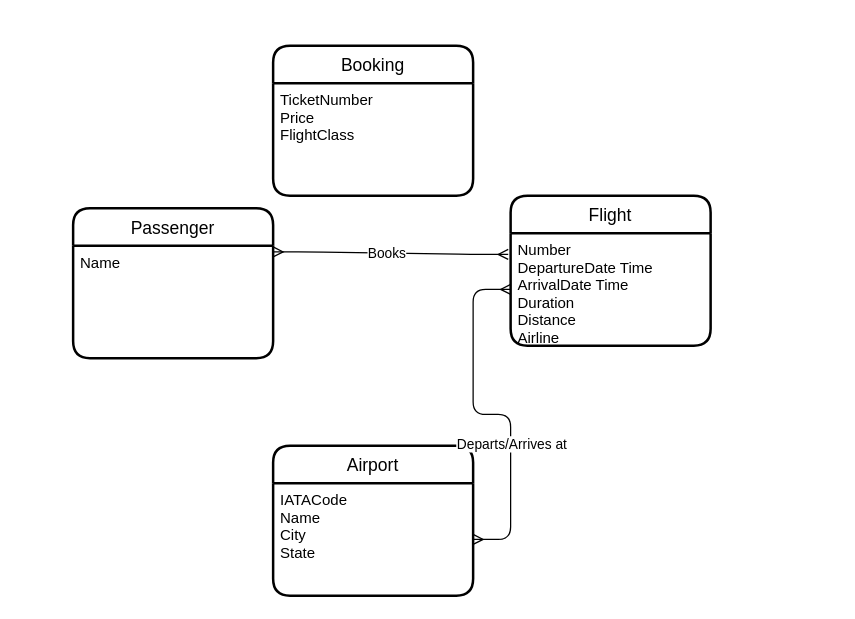
The draw.io diagram page "Page-2" (2 of 2) of Untitled Diagram.drawio in says4yeah/finkont, before the edit. Source tidied: cells renumbered, new cells numbered last; positions are measured from the earlier drawing's top-left corner, leaving out a move shared by most shapes. Both pictures are drawn from the tidied source at 125%, with x=0, y=0 at pixel (72, 45).
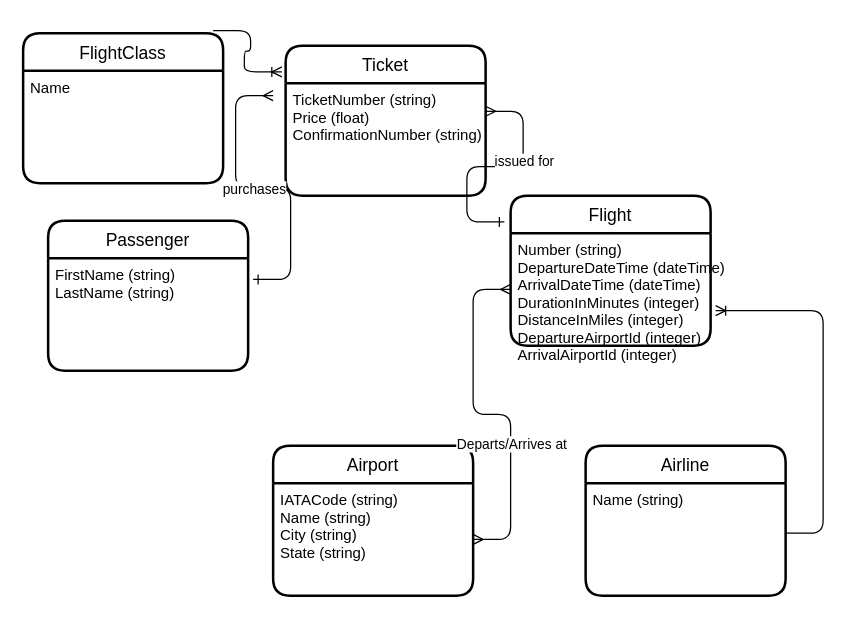
Above is the later version.

The change refers to these unchanged cells:
```xml
<mxCell id="4" value="Flight" style="swimlane;horizontal=1;startSize=30;rounded=1;fontSize=14;fontStyle=0;strokeWidth=2;shadow=0;dashed=0;align=center;" parent="1" vertex="1">
  <mxGeometry x="350" y="120" width="160" height="120" as="geometry" />
</mxCell>
<mxCell id="8" value="Airport" style="swimlane;horizontal=1;startSize=30;rounded=1;fontSize=14;fontStyle=0;strokeWidth=2;shadow=0;dashed=0;align=center;" parent="1" vertex="1">
  <mxGeometry x="160" y="320" width="160" height="120" as="geometry" />
</mxCell>
```

The edit, as a diff of the source:
```diff
@@
     <mxCell id="2" value="Passenger" style="swimlane;horizontal=1;startSize=30;rounded=1;fontSize=14;fontStyle=0;strokeWidth=2;shadow=0;dashed=0;align=center;" parent="1" vertex="1">
-      <mxGeometry y="130" width="160" height="120" as="geometry" />
+      <mxGeometry x="-20" y="140" width="160" height="120" as="geometry" />
     </mxCell>
-    <mxCell id="3" value="Name&#10;" style="align=left;strokeColor=none;fillColor=none;spacingLeft=4;fontSize=12;verticalAlign=top;" parent="2" vertex="1">
+    <mxCell id="3" value="FirstName (string)&#10;LastName (string)" style="align=left;strokeColor=none;fillColor=none;spacingLeft=4;fontSize=12;verticalAlign=top;" parent="2" vertex="1">
       <mxGeometry y="30" width="160" height="90" as="geometry" />
     </mxCell>
@@
-    <mxCell id="5" value="Number&#10;DepartureDate Time&#10;ArrivalDate Time&#10;Duration&#10;Distance&#10;Airline" style="align=left;strokeColor=none;fillColor=none;spacingLeft=4;fontSize=12;verticalAlign=top;" parent="4" vertex="1">
+    <mxCell id="5" value="Number (string)&#10;DepartureDateTime (dateTime)&#10;ArrivalDateTime (dateTime)&#10;DurationInMinutes (integer)&#10;DistanceInMiles (integer)&#10;DepartureAirportId (integer)&#10;ArrivalAirportId (integer)" style="align=left;strokeColor=none;fillColor=none;spacingLeft=4;fontSize=12;verticalAlign=top;" parent="4" vertex="1">
       <mxGeometry y="30" width="160" height="90" as="geometry" />
     </mxCell>
-    <mxCell id="6" style="edgeStyle=entityRelationEdgeStyle;fontSize=12;html=1;endArrow=ERmany;startArrow=ERmany;exitX=1.006;exitY=0.611;exitDx=0;exitDy=0;exitPerimeter=0;entryX=-0.012;entryY=0.189;entryDx=0;entryDy=0;entryPerimeter=0;" parent="1" edge="1" target="5">
-      <mxGeometry relative="1" as="geometry">
-        <mxPoint x="160" y="165" as="sourcePoint" />
-      </mxGeometry>
-    </mxCell>
-    <mxCell id="7" value="Books" style="edgeLabel;html=1;align=center;verticalAlign=middle;" parent="6" vertex="1">
-      <mxGeometry x="-0.03" relative="1" as="geometry" />
-    </mxCell>
@@
-    <mxCell id="9" value="IATACode&#10;Name&#10;City&#10;State&#10;" style="align=left;strokeColor=none;fillColor=none;spacingLeft=4;fontSize=12;verticalAlign=top;" parent="8" vertex="1">
+    <mxCell id="9" value="IATACode (string)&#10;Name (string)&#10;City (string)&#10;State (string)&#10;" style="align=left;strokeColor=none;fillColor=none;spacingLeft=4;fontSize=12;verticalAlign=top;" parent="8" vertex="1">
       <mxGeometry y="30" width="160" height="90" as="geometry" />
     </mxCell>
@@
-    <mxCell id="12" value="Booking" style="swimlane;horizontal=1;startSize=30;rounded=1;fontSize=14;fontStyle=0;strokeWidth=2;shadow=0;dashed=0;align=center;" parent="1" vertex="1">
-      <mxGeometry x="160" width="160" height="120" as="geometry" />
+    <mxCell id="12" value="Ticket" style="swimlane;horizontal=1;startSize=30;rounded=1;fontSize=14;fontStyle=0;strokeWidth=2;shadow=0;dashed=0;align=center;" parent="1" vertex="1">
+      <mxGeometry x="170" width="160" height="120" as="geometry" />
     </mxCell>
-    <mxCell id="13" value="TicketNumber&#10;Price&#10;FlightClass" style="align=left;strokeColor=none;fillColor=none;spacingLeft=4;fontSize=12;verticalAlign=top;" parent="12" vertex="1">
+    <mxCell id="13" value="TicketNumber (string)&#10;Price (float)&#10;ConfirmationNumber (string) " style="align=left;strokeColor=none;fillColor=none;spacingLeft=4;fontSize=12;verticalAlign=top;" parent="12" vertex="1">
       <mxGeometry y="30" width="160" height="90" as="geometry" />
     </mxCell>
+    <mxCell id="14" style="edgeStyle=entityRelationEdgeStyle;fontSize=12;html=1;endArrow=ERmany;startArrow=ERone;exitX=1.025;exitY=0.189;exitDx=0;exitDy=0;exitPerimeter=0;startFill=0;" parent="1" edge="1" source="3">
+      <mxGeometry relative="1" as="geometry">
+        <mxPoint x="160" y="40" as="targetPoint" />
+      </mxGeometry>
+    </mxCell>
+    <mxCell id="15" value="purchases" style="edgeLabel;html=1;align=center;verticalAlign=middle;" parent="14" vertex="1">
+      <mxGeometry x="0.06" y="1" relative="1" as="geometry" />
+    </mxCell>
+    <mxCell id="16" style="edgeStyle=entityRelationEdgeStyle;fontSize=12;html=1;endArrow=ERone;startArrow=ERmany;exitX=1;exitY=0.25;exitDx=0;exitDy=0;endFill=0;" parent="1" edge="1" source="13">
+      <mxGeometry relative="1" as="geometry">
+        <mxPoint x="345" y="141" as="targetPoint" />
+      </mxGeometry>
+    </mxCell>
+    <mxCell id="17" value="issued for" style="edgeLabel;html=1;align=center;verticalAlign=middle;" parent="16" vertex="1">
+      <mxGeometry x="-0.28" relative="1" as="geometry" />
+    </mxCell>
+    <mxCell id="18" value="Airline" style="swimlane;horizontal=1;startSize=30;rounded=1;fontSize=14;fontStyle=0;strokeWidth=2;shadow=0;dashed=0;align=center;" parent="1" vertex="1">
+      <mxGeometry x="410" y="320" width="160" height="120" as="geometry" />
+    </mxCell>
+    <mxCell id="19" value="Name (string)" style="align=left;strokeColor=none;fillColor=none;spacingLeft=4;fontSize=12;verticalAlign=top;" parent="18" vertex="1">
+      <mxGeometry y="30" width="160" height="90" as="geometry" />
+    </mxCell>
+    <mxCell id="20" style="edgeStyle=entityRelationEdgeStyle;fontSize=12;html=1;endArrow=ERoneToMany;entryX=1.025;entryY=0.689;entryDx=0;entryDy=0;entryPerimeter=0;" parent="1" edge="1" target="5">
+      <mxGeometry relative="1" as="geometry">
+        <mxPoint x="570" y="390" as="sourcePoint" />
+      </mxGeometry>
+    </mxCell>
+    <mxCell id="21" value="FlightClass" style="swimlane;horizontal=1;startSize=30;rounded=1;fontSize=14;fontStyle=0;strokeWidth=2;shadow=0;dashed=0;align=center;" parent="1" vertex="1">
+      <mxGeometry x="-40" y="-10" width="160" height="120" as="geometry" />
+    </mxCell>
+    <mxCell id="22" value="Name" style="align=left;strokeColor=none;fillColor=none;spacingLeft=4;fontSize=12;verticalAlign=top;" parent="21" vertex="1">
+      <mxGeometry y="30" width="160" height="90" as="geometry" />
+    </mxCell>
+    <mxCell id="23" style="edgeStyle=entityRelationEdgeStyle;fontSize=12;html=1;endArrow=ERoneToMany;entryX=-0.019;entryY=0.175;entryDx=0;entryDy=0;entryPerimeter=0;exitX=0.95;exitY=-0.017;exitDx=0;exitDy=0;exitPerimeter=0;" parent="1" edge="1" source="21" target="12">
+      <mxGeometry relative="1" as="geometry" />
+    </mxCell>
```
